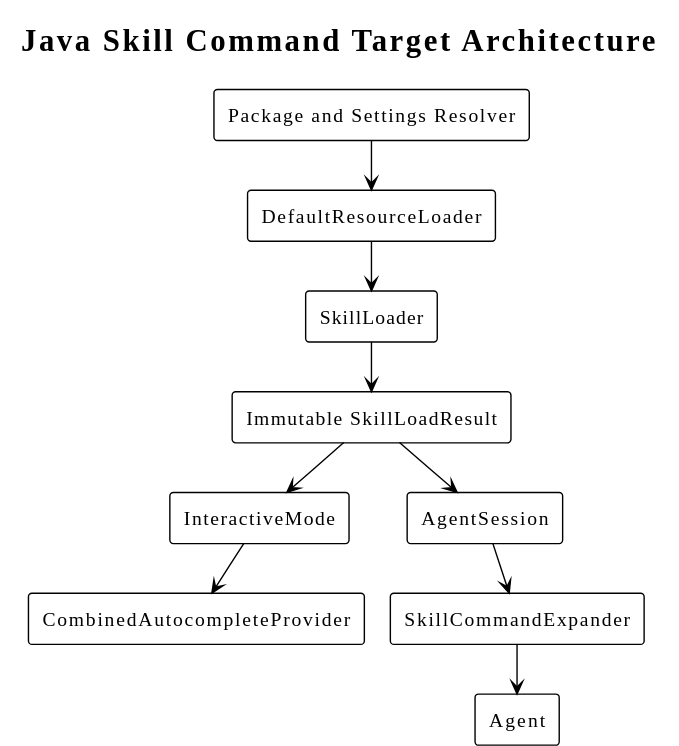
Before: diagrams/skill-command/05-target-architecture.svg, a diagram exported from PlantUML (superheromeZzh/pi-mono-java-design).
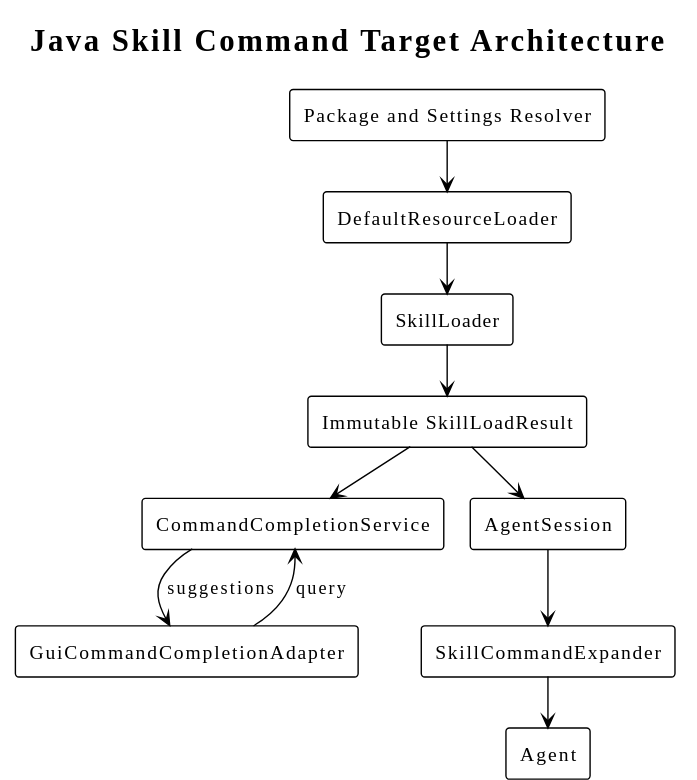
After the commit.

What changed in the source:
```diff
@@ -10,8 +10,8 @@
 rectangle DefaultResourceLoader as RL
 rectangle SkillLoader as LS
 rectangle "Immutable SkillLoadResult" as LR
-rectangle InteractiveMode as IM
-rectangle CombinedAutocompleteProvider as AP
+rectangle GuiCommandCompletionAdapter as GUI
+rectangle CommandCompletionService as CS
 rectangle AgentSession as AS
 rectangle SkillCommandExpander as SE
 rectangle Agent as AG
@@ -19,8 +19,9 @@
 PM --> RL
 RL --> LS
 LS --> LR
-LR --> IM
-IM --> AP
+LR --> CS
+GUI --> CS : query
+CS --> GUI : suggestions
 LR --> AS
 AS --> SE
 SE --> AG
```
